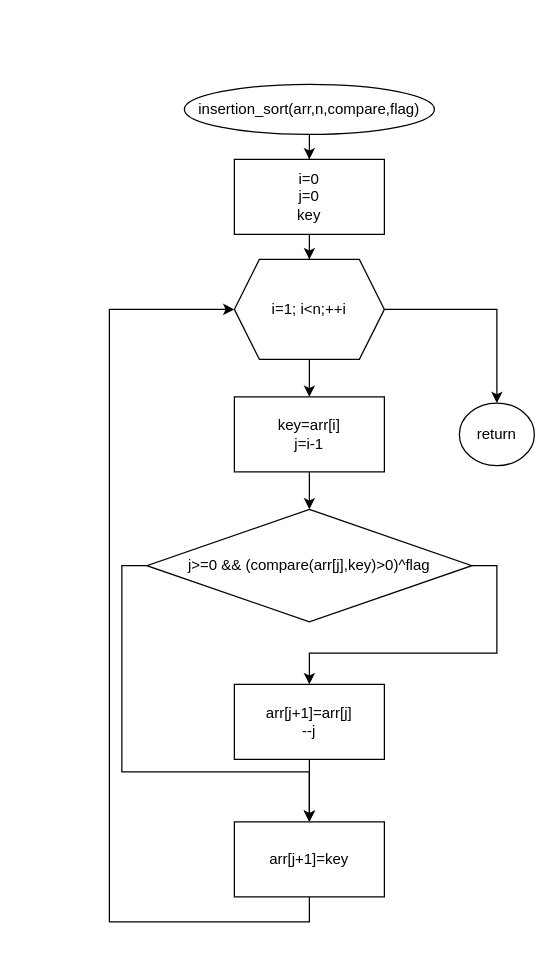
Before: page "insertion_sort" (2 of 7) of lab5.drawio in Alvald1/draw.io, a draw.io diagram. Source tidied: cells renumbered, new cells numbered last; positions are measured from the earlier drawing's top-left corner, leaving out a move shared by most shapes. Both pictures are drawn from the tidied source at 125%, with x=0, y=0 at pixel (109, 84).
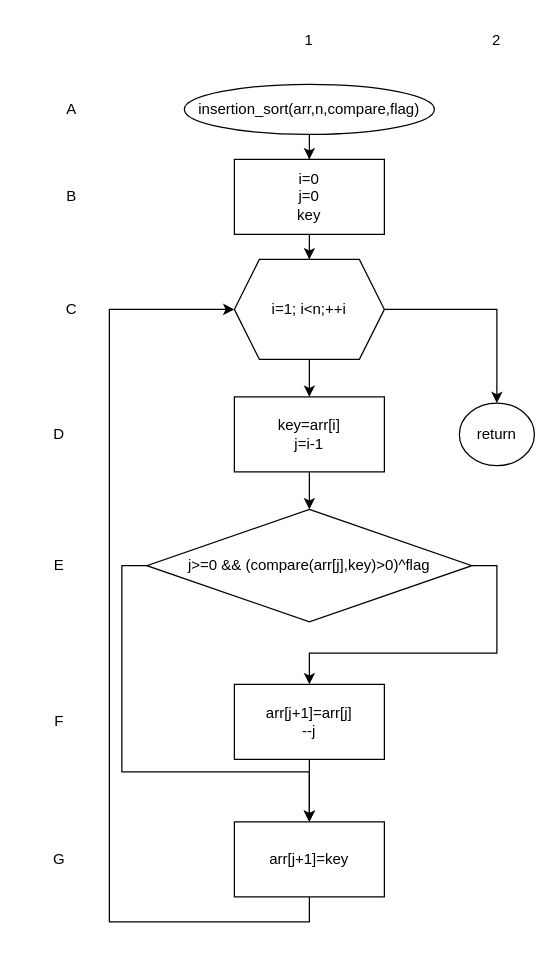
After the change.

Diff of the diagram source:
```diff
@@
+    <mxCell id="19" value="A" style="text;html=1;strokeColor=none;fillColor=none;align=center;verticalAlign=middle;whiteSpace=wrap;rounded=0;" parent="1" vertex="1">
+      <mxGeometry x="-60" y="5" width="60" height="30" as="geometry" />
+    </mxCell>
+    <mxCell id="20" value="B" style="text;html=1;strokeColor=none;fillColor=none;align=center;verticalAlign=middle;whiteSpace=wrap;rounded=0;" parent="1" vertex="1">
+      <mxGeometry x="-60" y="75" width="60" height="30" as="geometry" />
+    </mxCell>
+    <mxCell id="21" value="C" style="text;html=1;strokeColor=none;fillColor=none;align=center;verticalAlign=middle;whiteSpace=wrap;rounded=0;" parent="1" vertex="1">
+      <mxGeometry x="-60" y="165" width="60" height="30" as="geometry" />
+    </mxCell>
+    <mxCell id="22" value="D" style="text;html=1;strokeColor=none;fillColor=none;align=center;verticalAlign=middle;whiteSpace=wrap;rounded=0;" parent="1" vertex="1">
+      <mxGeometry x="-70" y="265" width="60" height="30" as="geometry" />
+    </mxCell>
+    <mxCell id="23" value="E" style="text;html=1;strokeColor=none;fillColor=none;align=center;verticalAlign=middle;whiteSpace=wrap;rounded=0;" parent="1" vertex="1">
+      <mxGeometry x="-70" y="370" width="60" height="30" as="geometry" />
+    </mxCell>
+    <mxCell id="24" value="F" style="text;html=1;strokeColor=none;fillColor=none;align=center;verticalAlign=middle;whiteSpace=wrap;rounded=0;" parent="1" vertex="1">
+      <mxGeometry x="-70" y="495" width="60" height="30" as="geometry" />
+    </mxCell>
+    <mxCell id="25" value="G" style="text;html=1;strokeColor=none;fillColor=none;align=center;verticalAlign=middle;whiteSpace=wrap;rounded=0;" parent="1" vertex="1">
+      <mxGeometry x="-70" y="605" width="60" height="30" as="geometry" />
+    </mxCell>
+    <mxCell id="26" value="1" style="text;html=1;strokeColor=none;fillColor=none;align=center;verticalAlign=middle;whiteSpace=wrap;rounded=0;" parent="1" vertex="1">
+      <mxGeometry x="130" y="-50" width="60" height="30" as="geometry" />
+    </mxCell>
+    <mxCell id="27" value="2" style="text;html=1;strokeColor=none;fillColor=none;align=center;verticalAlign=middle;whiteSpace=wrap;rounded=0;" parent="1" vertex="1">
+      <mxGeometry x="280" y="-50" width="60" height="30" as="geometry" />
+    </mxCell>
```
